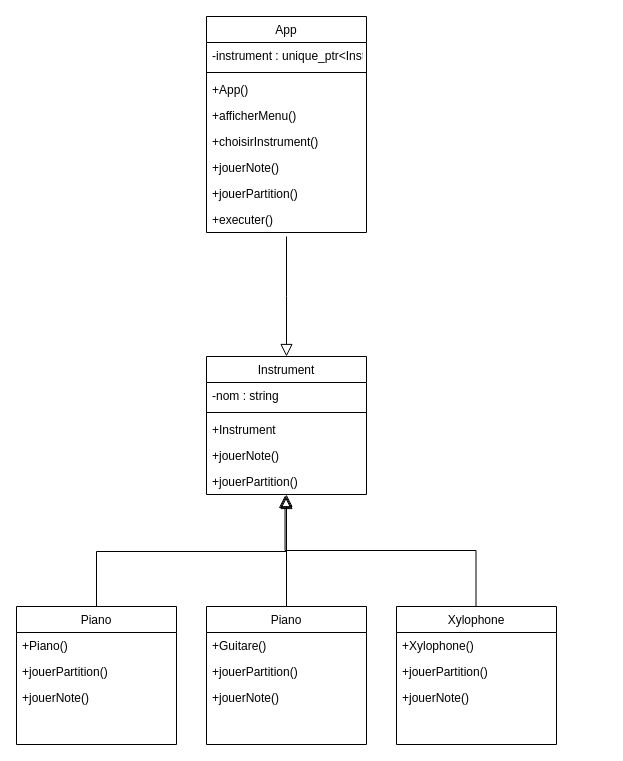
Above: Diagramme sans nom.drawio in nammsofresh/TuneKey-POO-Project (draw.io), before the change. Source tidied: cells renumbered, new cells numbered last; positions are measured from the earlier drawing's top-left corner, leaving out a move shared by most shapes. Both pictures are drawn from the tidied source at 100%, with x=0, y=0 at pixel (16, 16).
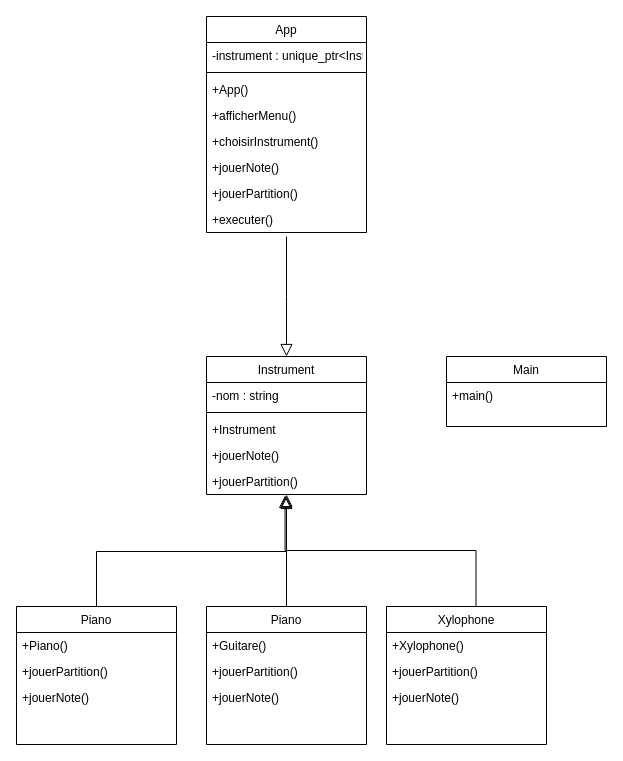
Above is the later version.

Commit message:
Mettre à jour Diagramme sans nom.drawio

Change to the diagram source:
```diff
@@
     <mxCell id="27" value="Xylophone" style="swimlane;fontStyle=0;align=center;verticalAlign=top;horizontal=1;startSize=26;rounded=0;shadow=0;strokeWidth=1;" parent="1" vertex="1">
-      <mxGeometry x="380" y="590" width="160" height="138" as="geometry" />
+      <mxGeometry x="370" y="590" width="160" height="138" as="geometry" />
     </mxCell>
@@
+    <mxCell id="33" value="Main" style="swimlane;fontStyle=0;align=center;verticalAlign=top;horizontal=1;startSize=26;rounded=0;shadow=0;strokeWidth=1;" parent="1" vertex="1">
+      <mxGeometry x="430" y="340" width="160" height="70" as="geometry" />
+    </mxCell>
+    <mxCell id="34" value="+main()" style="text;align=left;verticalAlign=top;spacingLeft=4;spacingRight=4;overflow=hidden;" parent="33" vertex="1">
+      <mxGeometry y="26" width="160" height="26" as="geometry" />
+    </mxCell>
```
